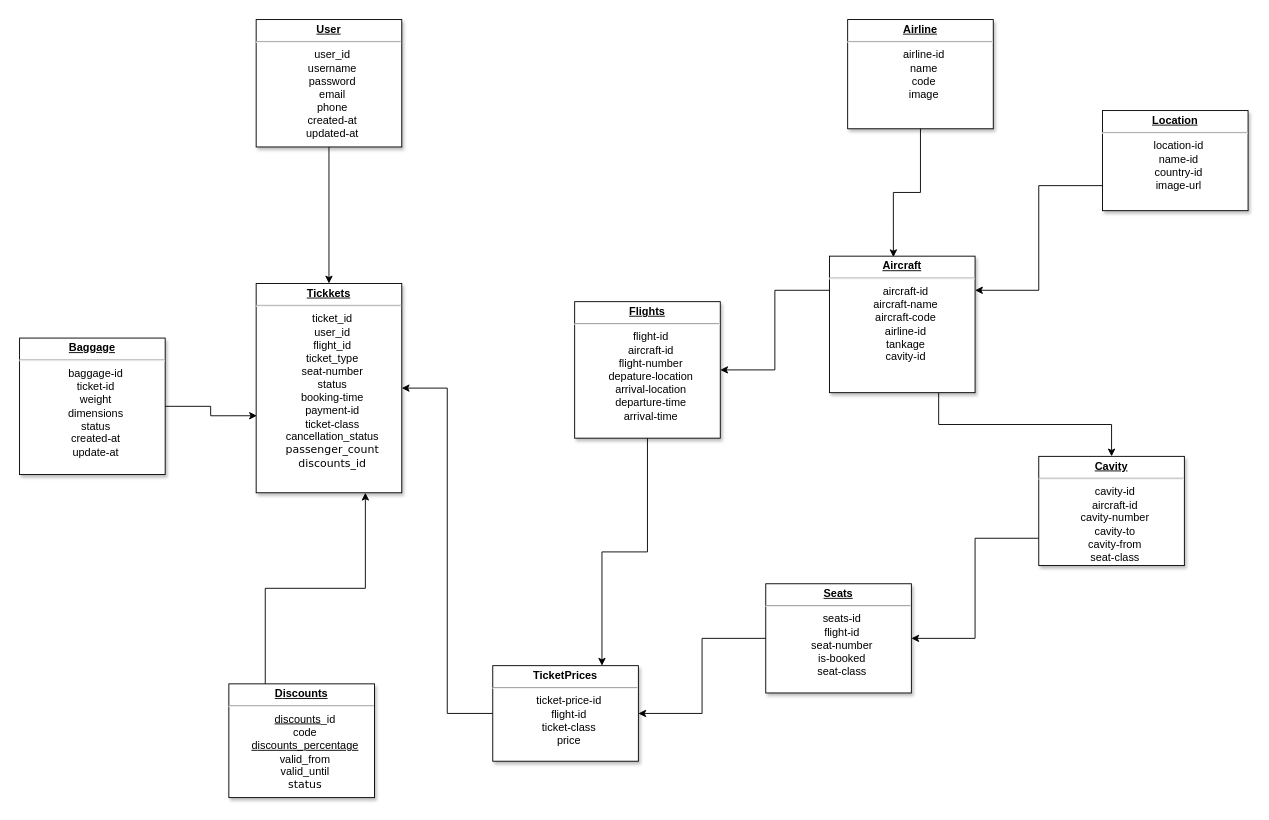
Above: page "DataBase" (1 of 4) of Biểu đồ không có tiêu đề.drawio in DungZG/TrackingFlight (draw.io), before the change. Source tidied: cells renumbered, new cells numbered last; positions are measured from the earlier drawing's top-left corner, leaving out a move shared by most shapes. Both pictures are drawn from the tidied source at 91%, with x=0, y=0 at pixel (19, 19).
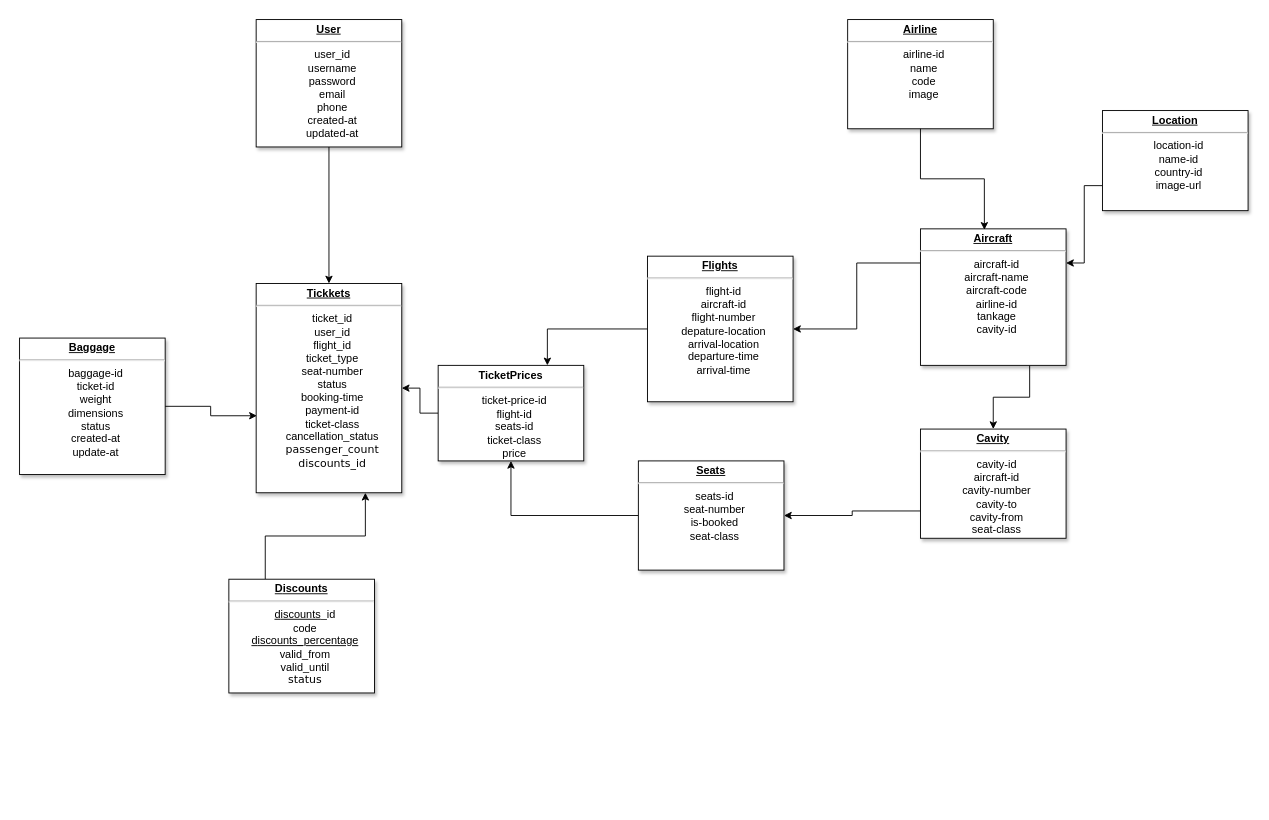
The same diagram, later.

Commit message:
Cập nhật Biểu đồ không có tiêu đề.drawio

Change to the diagram source:
```diff
@@
     <mxCell id="8" value="&lt;p style=&quot;text-align: center; margin: 4px 0px 0px;&quot;&gt;&lt;b&gt;&lt;u&gt;A&lt;/u&gt;&lt;/b&gt;&lt;span style=&quot;background-color: transparent;&quot;&gt;&lt;b&gt;&lt;u&gt;ircraft&lt;/u&gt;&lt;/b&gt;&lt;/span&gt;&lt;/p&gt;&lt;hr style=&quot;text-align: center;&quot;&gt;&lt;p style=&quot;text-align: center; margin: 0px 0px 0px 8px;&quot;&gt;aircraft-id&lt;/p&gt;&lt;p style=&quot;text-align: center; margin: 0px 0px 0px 8px;&quot;&gt;aircraft-name&lt;/p&gt;&lt;p style=&quot;text-align: center; margin: 0px 0px 0px 8px;&quot;&gt;aircraft-code&lt;/p&gt;&lt;p style=&quot;text-align: center; margin: 0px 0px 0px 8px;&quot;&gt;airline-id&lt;/p&gt;&lt;p style=&quot;text-align: center; margin: 0px 0px 0px 8px;&quot;&gt;tankage&lt;/p&gt;&lt;p style=&quot;text-align: center; margin: 0px 0px 0px 8px;&quot;&gt;cavity-id&lt;/p&gt;&lt;p style=&quot;text-align: center; margin: 0px 0px 0px 8px;&quot;&gt;&lt;br&gt;&lt;/p&gt;&lt;p style=&quot;text-align: center; margin: 0px 0px 0px 8px;&quot;&gt;&lt;br&gt;&lt;/p&gt;" style="verticalAlign=top;align=left;overflow=fill;fontSize=12;fontFamily=Helvetica;html=1;shadow=1;labelBackgroundColor=none;" parent="1" vertex="1">
-      <mxGeometry x="890" y="260" width="160" height="150" as="geometry" />
+      <mxGeometry x="990" y="230" width="160" height="150" as="geometry" />
     </mxCell>
-    <mxCell id="9" style="edgeStyle=orthogonalEdgeStyle;rounded=0;jettySize=auto;html=1;entryX=1;entryY=0.5;entryDx=0;entryDy=0;" parent="1" edge="1" source="10" target="23">
+    <mxCell id="9" style="edgeStyle=orthogonalEdgeStyle;rounded=0;jettySize=auto;html=1;entryX=0.5;entryY=1;entryDx=0;entryDy=0;" parent="1" edge="1" source="10" target="23">
       <mxGeometry relative="1" as="geometry" />
     </mxCell>
-    <mxCell id="10" value="&lt;p style=&quot;text-align: center; margin: 4px 0px 0px;&quot;&gt;&lt;b&gt;&lt;u&gt;Seats&lt;/u&gt;&lt;/b&gt;&lt;/p&gt;&lt;hr style=&quot;text-align: center;&quot;&gt;&lt;p style=&quot;text-align: center; margin: 0px 0px 0px 8px;&quot;&gt;seats-id&lt;/p&gt;&lt;p style=&quot;text-align: center; margin: 0px 0px 0px 8px;&quot;&gt;flight-id&lt;/p&gt;&lt;p style=&quot;text-align: center; margin: 0px 0px 0px 8px;&quot;&gt;seat-number&lt;/p&gt;&lt;p style=&quot;text-align: center; margin: 0px 0px 0px 8px;&quot;&gt;is-booked&lt;/p&gt;&lt;p style=&quot;text-align: center; margin: 0px 0px 0px 8px;&quot;&gt;seat-class&lt;/p&gt;" style="verticalAlign=top;align=left;overflow=fill;fontSize=12;fontFamily=Helvetica;html=1;shadow=1;labelBackgroundColor=none;" parent="1" vertex="1">
-      <mxGeometry x="820" y="620" width="160" height="120" as="geometry" />
+    <mxCell id="10" value="&lt;p style=&quot;text-align: center; margin: 4px 0px 0px;&quot;&gt;&lt;b&gt;&lt;u&gt;Seats&lt;/u&gt;&lt;/b&gt;&lt;/p&gt;&lt;hr style=&quot;text-align: center;&quot;&gt;&lt;p style=&quot;text-align: center; margin: 0px 0px 0px 8px;&quot;&gt;seats-id&lt;/p&gt;&lt;p style=&quot;text-align: center; margin: 0px 0px 0px 8px;&quot;&gt;&lt;span style=&quot;background-color: transparent; color: light-dark(rgb(0, 0, 0), rgb(255, 255, 255));&quot;&gt;seat-number&lt;/span&gt;&lt;/p&gt;&lt;p style=&quot;text-align: center; margin: 0px 0px 0px 8px;&quot;&gt;is-booked&lt;/p&gt;&lt;p style=&quot;text-align: center; margin: 0px 0px 0px 8px;&quot;&gt;seat-class&lt;/p&gt;" style="verticalAlign=top;align=left;overflow=fill;fontSize=12;fontFamily=Helvetica;html=1;shadow=1;labelBackgroundColor=none;" parent="1" vertex="1">
+      <mxGeometry x="680" y="485" width="160" height="120" as="geometry" />
     </mxCell>
@@
     <mxCell id="16" value="&lt;p style=&quot;text-align: center; margin: 4px 0px 0px;&quot;&gt;&lt;b&gt;&lt;u&gt;D&lt;/u&gt;&lt;/b&gt;&lt;span style=&quot;background-color: transparent;&quot;&gt;&lt;b&gt;&lt;u&gt;iscounts&lt;/u&gt;&lt;/b&gt;&lt;/span&gt;&lt;/p&gt;&lt;hr style=&quot;text-align: center;&quot;&gt;&lt;p style=&quot;text-align: center; margin: 0px 0px 0px 8px;&quot;&gt;&lt;font&gt;&lt;span style=&quot;background-color: transparent; color: light-dark(rgb(0, 0, 0), rgb(255, 255, 255));&quot;&gt;&lt;u style=&quot;&quot;&gt;d&lt;/u&gt;&lt;/span&gt;&lt;/font&gt;&lt;span style=&quot;background-color: transparent; text-align: left;&quot;&gt;&lt;u&gt;iscounts&lt;/u&gt;&lt;/span&gt;&lt;span style=&quot;background-color: transparent; color: light-dark(rgb(0, 0, 0), rgb(255, 255, 255));&quot;&gt;_id&lt;/span&gt;&lt;/p&gt;&lt;p style=&quot;text-align: center; margin: 0px 0px 0px 8px;&quot;&gt;&lt;span style=&quot;text-align: start; background-color: transparent; color: light-dark(rgb(0, 0, 0), rgb(255, 255, 255));&quot;&gt;code&lt;/span&gt;&lt;/p&gt;&lt;p style=&quot;text-align: center; margin: 0px 0px 0px 8px;&quot;&gt;&lt;span style=&quot;background-color: transparent; color: light-dark(rgb(0, 0, 0), rgb(255, 255, 255));&quot;&gt;&lt;u&gt;d&lt;/u&gt;&lt;/span&gt;&lt;span style=&quot;background-color: transparent; text-align: left;&quot;&gt;&lt;u&gt;iscounts_percentage&lt;/u&gt;&lt;/span&gt;&lt;/p&gt;&lt;p style=&quot;text-align: center; margin: 0px 0px 0px 8px;&quot;&gt;valid_from&lt;/p&gt;&lt;p style=&quot;text-align: center; margin: 0px 0px 0px 8px;&quot;&gt;valid_until&lt;/p&gt;&lt;p style=&quot;text-align: center; margin: 0px 0px 0px 8px;&quot;&gt;&lt;font face=&quot;trebuchet ms, verdana, arial, sans-serif&quot;&gt;status&lt;/font&gt;&lt;/p&gt;&lt;p style=&quot;text-align: center; margin: 0px 0px 0px 8px;&quot;&gt;&lt;br&gt;&lt;/p&gt;&lt;p style=&quot;text-align: center; margin: 0px 0px 0px 8px;&quot;&gt;&lt;br&gt;&lt;/p&gt;" style="verticalAlign=top;align=left;overflow=fill;fontSize=12;fontFamily=Helvetica;html=1;shadow=1;labelBackgroundColor=none;" parent="1" vertex="1">
-      <mxGeometry x="230" y="730" width="160" height="125" as="geometry" />
+      <mxGeometry x="230" y="615" width="160" height="125" as="geometry" />
     </mxCell>
@@
     <mxCell id="19" value="&lt;p style=&quot;text-align: center; margin: 4px 0px 0px;&quot;&gt;&lt;b&gt;&lt;u&gt;Flights&lt;/u&gt;&lt;/b&gt;&lt;/p&gt;&lt;hr style=&quot;text-align: center;&quot;&gt;&lt;p style=&quot;text-align: center; margin: 0px 0px 0px 8px;&quot;&gt;flight-id&lt;/p&gt;&lt;p style=&quot;text-align: center; margin: 0px 0px 0px 8px;&quot;&gt;aircraft-id&lt;/p&gt;&lt;p style=&quot;text-align: center; margin: 0px 0px 0px 8px;&quot;&gt;flight-number&lt;/p&gt;&lt;p style=&quot;text-align: center; margin: 0px 0px 0px 8px;&quot;&gt;depature-location&lt;/p&gt;&lt;p style=&quot;text-align: center; margin: 0px 0px 0px 8px;&quot;&gt;arrival-location&lt;/p&gt;&lt;p style=&quot;text-align: center; margin: 0px 0px 0px 8px;&quot;&gt;departure-time&lt;/p&gt;&lt;p style=&quot;text-align: center; margin: 0px 0px 0px 8px;&quot;&gt;arrival-time&lt;/p&gt;&lt;p style=&quot;text-align: center; margin: 0px 0px 0px 8px;&quot;&gt;&lt;br&gt;&lt;/p&gt;" style="verticalAlign=top;align=left;overflow=fill;fontSize=12;fontFamily=Helvetica;html=1;shadow=1;labelBackgroundColor=none;" parent="1" vertex="1">
-      <mxGeometry x="610" y="310" width="160" height="150" as="geometry" />
+      <mxGeometry x="690" y="260" width="160" height="160" as="geometry" />
     </mxCell>
@@
     <mxCell id="21" value="&lt;p style=&quot;text-align: center; margin: 4px 0px 0px;&quot;&gt;&lt;b&gt;&lt;u&gt;Cavity&lt;/u&gt;&lt;/b&gt;&lt;/p&gt;&lt;hr style=&quot;text-align: center;&quot;&gt;&lt;p style=&quot;text-align: center; margin: 0px 0px 0px 8px;&quot;&gt;cavity-id&lt;/p&gt;&lt;p style=&quot;text-align: center; margin: 0px 0px 0px 8px;&quot;&gt;aircraft-id&lt;/p&gt;&lt;p style=&quot;text-align: center; margin: 0px 0px 0px 8px;&quot;&gt;cavity-number&lt;/p&gt;&lt;p style=&quot;text-align: center; margin: 0px 0px 0px 8px;&quot;&gt;cavity-to&lt;/p&gt;&lt;p style=&quot;text-align: center; margin: 0px 0px 0px 8px;&quot;&gt;cavity-from&lt;/p&gt;&lt;p style=&quot;text-align: center; margin: 0px 0px 0px 8px;&quot;&gt;seat-class&lt;/p&gt;" style="verticalAlign=top;align=left;overflow=fill;fontSize=12;fontFamily=Helvetica;html=1;shadow=1;labelBackgroundColor=none;" parent="1" vertex="1">
-      <mxGeometry x="1120" y="480" width="160" height="120" as="geometry" />
+      <mxGeometry x="990" y="450" width="160" height="120" as="geometry" />
     </mxCell>
@@
-    <mxCell id="23" value="&lt;p style=&quot;text-align: center; margin: 4px 0px 0px;&quot;&gt;&lt;b&gt;TicketPrices&lt;/b&gt;&lt;/p&gt;&lt;hr style=&quot;text-align: center;&quot;&gt;&lt;p style=&quot;text-align: center; margin: 0px 0px 0px 8px;&quot;&gt;ticket-price-id&lt;/p&gt;&lt;p style=&quot;text-align: center; margin: 0px 0px 0px 8px;&quot;&gt;flight-id&lt;/p&gt;&lt;p style=&quot;text-align: center; margin: 0px 0px 0px 8px;&quot;&gt;ticket-class&lt;/p&gt;&lt;p style=&quot;text-align: center; margin: 0px 0px 0px 8px;&quot;&gt;price&lt;/p&gt;" style="verticalAlign=top;align=left;overflow=fill;fontSize=12;fontFamily=Helvetica;html=1;shadow=1;labelBackgroundColor=none;" parent="1" vertex="1">
-      <mxGeometry x="520" y="710" width="160" height="105" as="geometry" />
+    <mxCell id="23" value="&lt;p style=&quot;text-align: center; margin: 4px 0px 0px;&quot;&gt;&lt;b&gt;TicketPrices&lt;/b&gt;&lt;/p&gt;&lt;hr style=&quot;text-align: center;&quot;&gt;&lt;p style=&quot;text-align: center; margin: 0px 0px 0px 8px;&quot;&gt;ticket-price-id&lt;/p&gt;&lt;p style=&quot;text-align: center; margin: 0px 0px 0px 8px;&quot;&gt;flight-id&lt;/p&gt;&lt;p style=&quot;text-align: center; margin: 0px 0px 0px 8px;&quot;&gt;seats-id&lt;/p&gt;&lt;p style=&quot;text-align: center; margin: 0px 0px 0px 8px;&quot;&gt;ticket-class&lt;/p&gt;&lt;p style=&quot;text-align: center; margin: 0px 0px 0px 8px;&quot;&gt;price&lt;/p&gt;" style="verticalAlign=top;align=left;overflow=fill;fontSize=12;fontFamily=Helvetica;html=1;shadow=1;labelBackgroundColor=none;" parent="1" vertex="1">
+      <mxGeometry x="460" y="380" width="160" height="105" as="geometry" />
     </mxCell>
```
